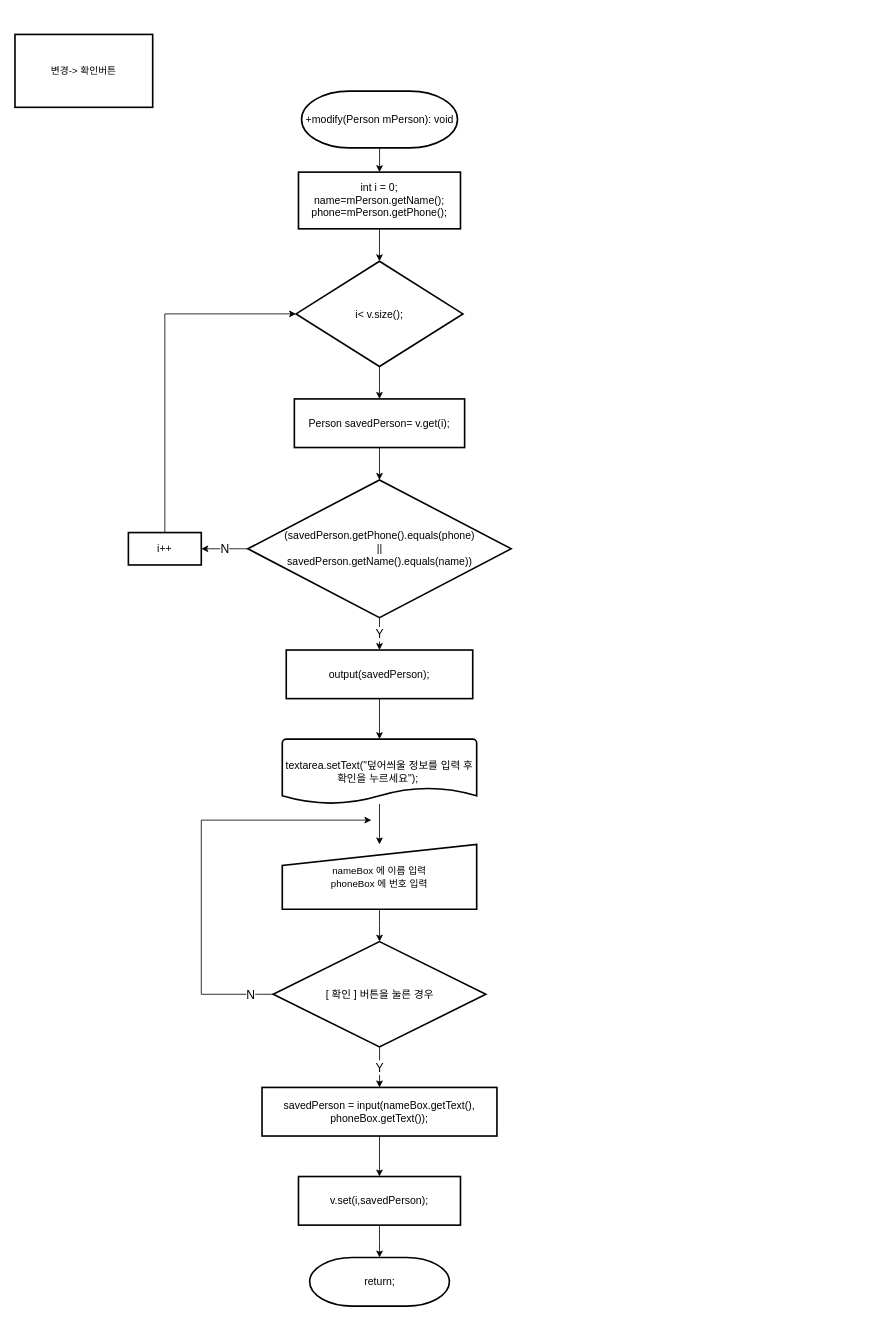
Above: 순서도/Change 기능.drawio in skatld123/PH_list_java (draw.io), before the change. Source tidied: cells renumbered, new cells numbered last; positions are measured from the earlier drawing's top-left corner, leaving out a move shared by most shapes. Both pictures are drawn from the tidied source at 81%, with x=0, y=0 at pixel (15, 34).
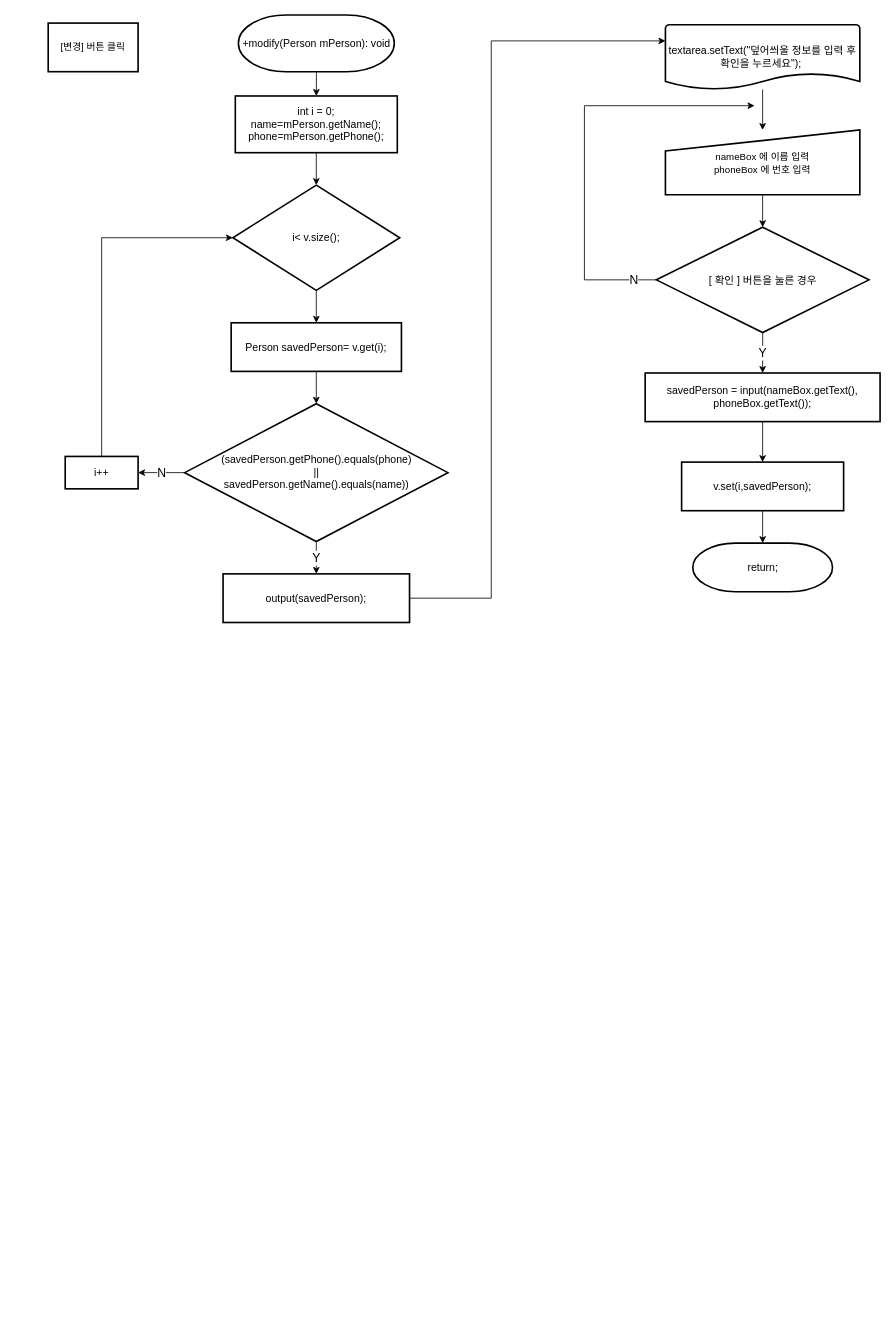
The same diagram, later.

Commit message:
Change 기능.drawio 업데이트

The edit, as a diff of the source:
```diff
@@
     <mxCell id="3" value="&lt;span style=&quot;text-align: left; font-size: 13px;&quot;&gt;+modify(Person mPerson): void&lt;/span&gt;" style="strokeWidth=2;html=1;shape=mxgraph.flowchart.terminator;whiteSpace=wrap;fontSize=13;" parent="1" vertex="1">
-      <mxGeometry x="353.8" y="70" width="192.5" height="70" as="geometry" />
+      <mxGeometry x="275.8" y="-24" width="192.5" height="70" as="geometry" />
     </mxCell>
@@
     <mxCell id="5" value="i&amp;lt; v.size();" style="strokeWidth=2;html=1;shape=mxgraph.flowchart.decision;whiteSpace=wrap;fontSize=13;" parent="1" vertex="1">
-      <mxGeometry x="347" y="280" width="206" height="130" as="geometry" />
+      <mxGeometry x="269" y="186" width="206" height="130" as="geometry" />
     </mxCell>
@@
     <mxCell id="7" value="&lt;span style=&quot;font-size: 13px&quot;&gt;int i = 0;&lt;/span&gt;&lt;br style=&quot;font-size: 13px&quot;&gt;&lt;span style=&quot;font-size: 13px&quot;&gt;name=m&lt;/span&gt;&lt;span style=&quot;font-size: 13px ; text-align: left&quot;&gt;Person&lt;/span&gt;&lt;span style=&quot;font-size: 13px&quot;&gt;.getName();&lt;/span&gt;&lt;br style=&quot;font-size: 13px&quot;&gt;&lt;span style=&quot;font-size: 13px&quot;&gt;phone=m&lt;/span&gt;&lt;span style=&quot;font-size: 13px ; text-align: left&quot;&gt;Person&lt;/span&gt;&lt;span style=&quot;font-size: 13px&quot;&gt;.getPhone();&lt;/span&gt;" style="rounded=1;whiteSpace=wrap;html=1;absoluteArcSize=1;arcSize=0;strokeWidth=2;fontSize=13;" parent="1" vertex="1">
-      <mxGeometry x="350" y="170" width="200" height="70" as="geometry" />
+      <mxGeometry x="272" y="76" width="200" height="70" as="geometry" />
     </mxCell>
     <mxCell id="8" style="edgeStyle=orthogonalEdgeStyle;rounded=0;jettySize=auto;html=1;entryX=0;entryY=0.5;entryDx=0;entryDy=0;entryPerimeter=0;fontSize=13;" parent="1" edge="1" source="9" target="5">
       <mxGeometry relative="1" as="geometry">
         <Array as="points">
-          <mxPoint x="185" y="345" />
+          <mxPoint x="107" y="251" />
         </Array>
       </mxGeometry>
     </mxCell>
     <mxCell id="9" value="i++" style="rounded=1;whiteSpace=wrap;html=1;absoluteArcSize=1;arcSize=0;strokeWidth=2;fontSize=13;" parent="1" vertex="1">
-      <mxGeometry x="140" y="615" width="90" height="40" as="geometry" />
+      <mxGeometry x="62" y="521" width="90" height="40" as="geometry" />
     </mxCell>
-    <mxCell id="10" value="변경-&amp;gt; 확인버튼" style="rounded=1;whiteSpace=wrap;html=1;absoluteArcSize=1;arcSize=0;strokeWidth=2;" parent="1" vertex="1">
-      <mxGeometry width="170" height="90" as="geometry" />
+    <mxCell id="10" value="[변경] 버튼 클릭" style="rounded=1;whiteSpace=wrap;html=1;absoluteArcSize=1;arcSize=0;strokeWidth=2;" parent="1" vertex="1">
+      <mxGeometry x="41" y="-14" width="111" height="60" as="geometry" />
     </mxCell>
@@
     <mxCell id="12" value="Person savedPerson= v.get(i);" style="rounded=1;whiteSpace=wrap;html=1;absoluteArcSize=1;arcSize=0;strokeWidth=2;fontSize=13;" parent="1" vertex="1">
-      <mxGeometry x="344.9" y="450" width="210.2" height="60" as="geometry" />
+      <mxGeometry x="266.9" y="356" width="210.2" height="60" as="geometry" />
     </mxCell>
@@
     <mxCell id="15" value="(savedPerson.getPhone().equals(&lt;span style=&quot;text-align: left; font-size: 13px;&quot;&gt;phone&lt;/span&gt;)&lt;br style=&quot;font-size: 13px;&quot;&gt;||&lt;br style=&quot;font-size: 13px;&quot;&gt;savedPerson.getName().equals(name))" style="strokeWidth=2;html=1;shape=mxgraph.flowchart.decision;whiteSpace=wrap;fontSize=13;" parent="1" vertex="1">
-      <mxGeometry x="287.5" y="550" width="325" height="170" as="geometry" />
+      <mxGeometry x="209.5" y="456" width="325" height="170" as="geometry" />
     </mxCell>
     <mxCell id="16" style="edgeStyle=orthogonalEdgeStyle;rounded=0;jettySize=auto;html=1;fontSize=13;" parent="1" edge="1" source="17" target="19">
-      <mxGeometry relative="1" as="geometry" />
+      <mxGeometry relative="1" as="geometry">
+        <Array as="points">
+          <mxPoint x="588" y="696" />
+          <mxPoint x="588" y="8" />
+        </Array>
+      </mxGeometry>
     </mxCell>
     <mxCell id="17" value="output(savedPerson);" style="rounded=1;whiteSpace=wrap;html=1;absoluteArcSize=1;arcSize=0;strokeWidth=2;fontSize=13;" parent="1" vertex="1">
-      <mxGeometry x="334.9" y="760" width="230.2" height="60" as="geometry" />
+      <mxGeometry x="256.9" y="666" width="230.2" height="60" as="geometry" />
     </mxCell>
@@
     <mxCell id="19" value="&lt;span style=&quot;font-family: helvetica; font-size: 13px;&quot;&gt;textarea.setText(&quot;덮어씌울 정보를 입력 후 확인을 누르세요&quot;);&lt;/span&gt;&lt;span style=&quot;font-family: helvetica; font-size: 13px;&quot;&gt;&amp;nbsp;&lt;/span&gt;" style="strokeWidth=2;html=1;shape=mxgraph.flowchart.document2;whiteSpace=wrap;size=0.25;fontSize=13;" parent="1" vertex="1">
-      <mxGeometry x="330" y="870" width="240" height="80" as="geometry" />
+      <mxGeometry x="803" y="-12" width="240" height="80" as="geometry" />
     </mxCell>
@@
     <mxCell id="21" value="savedPerson =&amp;nbsp;&lt;span style=&quot;font-size: 13px;&quot;&gt;input(nameBox.getText(), phoneBox.getText());&lt;/span&gt;" style="rounded=1;whiteSpace=wrap;html=1;absoluteArcSize=1;arcSize=0;strokeWidth=2;fontSize=13;" parent="1" vertex="1">
-      <mxGeometry x="305" y="1300" width="290" height="60" as="geometry" />
+      <mxGeometry x="778" y="418" width="290" height="60" as="geometry" />
     </mxCell>
@@
     <mxCell id="23" value="&lt;span style=&quot;font-size: 13px;&quot;&gt;v.set(i,savedPerson);&lt;/span&gt;" style="rounded=1;whiteSpace=wrap;html=1;absoluteArcSize=1;arcSize=0;strokeWidth=2;fontSize=13;" parent="1" vertex="1">
-      <mxGeometry x="350" y="1410" width="200" height="60" as="geometry" />
+      <mxGeometry x="823" y="528" width="200" height="60" as="geometry" />
     </mxCell>
@@
     <mxCell id="25" value="N" style="edgeStyle=orthogonalEdgeStyle;rounded=0;jettySize=auto;html=1;fontSize=15;" parent="1" edge="1" source="26">
       <mxGeometry x="-0.89" relative="1" as="geometry">
-        <mxPoint x="440" y="970" as="targetPoint" />
+        <mxPoint x="913" y="88" as="targetPoint" />
         <Array as="points">
-          <mxPoint x="230" y="1185" />
-          <mxPoint x="230" y="970" />
+          <mxPoint x="703" y="303" />
+          <mxPoint x="703" y="88" />
         </Array>
       </mxGeometry>
     </mxCell>
     <mxCell id="26" value="[ 확인 ] 버튼을 눌른 경우" style="strokeWidth=2;html=1;shape=mxgraph.flowchart.decision;whiteSpace=wrap;fontSize=13;" parent="1" vertex="1">
-      <mxGeometry x="318.8" y="1120" width="262.5" height="130" as="geometry" />
+      <mxGeometry x="791.8" y="238" width="262.5" height="130" as="geometry" />
     </mxCell>
     <mxCell id="27" value="&lt;div style=&quot;text-align: left; font-size: 13px;&quot;&gt;return;&lt;/div&gt;" style="strokeWidth=2;html=1;shape=mxgraph.flowchart.terminator;whiteSpace=wrap;fontSize=13;" parent="1" vertex="1">
-      <mxGeometry x="363.8" y="1510" width="172.5" height="60" as="geometry" />
+      <mxGeometry x="836.8" y="628" width="172.5" height="60" as="geometry" />
     </mxCell>
@@
     <mxCell id="29" value="&lt;span style=&quot;font-size: 12px&quot;&gt;nameBox 에 이름 입력&lt;/span&gt;&lt;br style=&quot;font-size: 12px&quot;&gt;&lt;span style=&quot;font-size: 12px&quot;&gt;phoneBox 에 번호 입력&lt;/span&gt;" style="html=1;strokeWidth=2;shape=manualInput;whiteSpace=wrap;rounded=1;size=26;arcSize=0;fontSize=13;" parent="1" vertex="1">
-      <mxGeometry x="330" y="1000" width="240" height="80" as="geometry" />
+      <mxGeometry x="803" y="118" width="240" height="80" as="geometry" />
     </mxCell>
```
